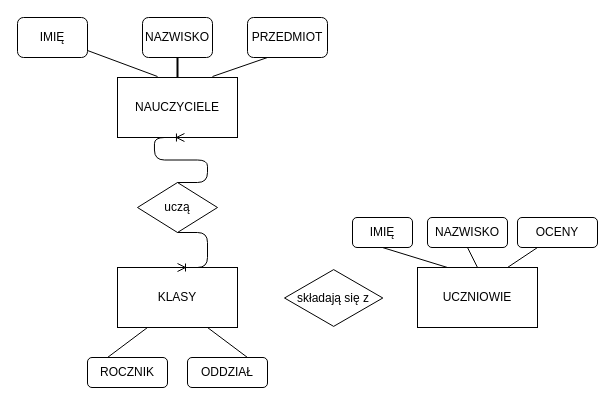
This is Untitled Diagram.drawio from jonkussponkt/Bazy-danych, a draw.io file, before an edit. Source tidied: cells renumbered, new cells numbered last; positions are measured from the earlier drawing's top-left corner, leaving out a move shared by most shapes. Both pictures are drawn from the tidied source at 100%, with x=0, y=0 at pixel (17, 17).
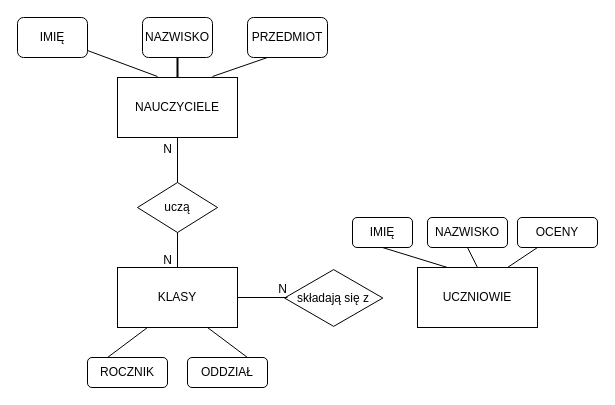
The same page after the edit.

The change refers to these unchanged cells:
```xml
<mxCell id="3" value="KLASY" style="rounded=0;whiteSpace=wrap;html=1;" parent="1" vertex="1">
  <mxGeometry x="100" y="250" width="120" height="60" as="geometry" />
</mxCell>
<mxCell id="5" value="NAUCZYCIELE" style="rounded=0;whiteSpace=wrap;html=1;" parent="1" vertex="1">
  <mxGeometry x="100" y="60" width="120" height="60" as="geometry" />
</mxCell>
<mxCell id="12" value="uczą" style="rhombus;whiteSpace=wrap;html=1;" parent="1" vertex="1">
  <mxGeometry x="120" y="165" width="80" height="50" as="geometry" />
</mxCell>
```

Change to the diagram source:
```diff
@@
-    <mxCell id="20" style="edgeStyle=entityRelationEdgeStyle;fontSize=12;html=1;endArrow=ERoneToMany;entryX=0.558;entryY=1;entryDx=0;entryDy=0;entryPerimeter=0;exitX=0.5;exitY=0;exitDx=0;exitDy=0;" parent="1" edge="1" source="12" target="5">
-      <mxGeometry relative="1" as="geometry" />
-    </mxCell>
-    <mxCell id="21" style="edgeStyle=entityRelationEdgeStyle;fontSize=12;html=1;endArrow=ERoneToMany;entryX=0.5;entryY=0;entryDx=0;entryDy=0;exitX=0.5;exitY=1;exitDx=0;exitDy=0;" parent="1" edge="1" source="12" target="3">
-      <mxGeometry relative="1" as="geometry" />
-    </mxCell>
@@
+    <mxCell id="25" style="endArrow=none;html=1;rounded=0;" parent="1" edge="1" target="5">
+      <mxGeometry relative="1" as="geometry">
+        <mxPoint x="160" y="165" as="sourcePoint" />
+      </mxGeometry>
+    </mxCell>
+    <mxCell id="26" value="N" style="html=1;align=right;verticalAlign=bottom;" parent="25" vertex="1">
+      <mxGeometry x="1" relative="1" as="geometry">
+        <mxPoint x="-5" y="20" as="offset" />
+      </mxGeometry>
+    </mxCell>
+    <mxCell id="27" style="endArrow=none;html=1;rounded=0;entryX=0.5;entryY=0;entryDx=0;entryDy=0;" parent="1" edge="1" target="3">
+      <mxGeometry relative="1" as="geometry">
+        <mxPoint x="160" y="215" as="sourcePoint" />
+      </mxGeometry>
+    </mxCell>
+    <mxCell id="28" value="N" style="html=1;align=right;verticalAlign=bottom;" parent="27" vertex="1">
+      <mxGeometry x="1" relative="1" as="geometry">
+        <mxPoint x="-5" y="1" as="offset" />
+      </mxGeometry>
+    </mxCell>
+    <mxCell id="29" style="endArrow=none;html=1;rounded=0;" parent="1" edge="1">
+      <mxGeometry relative="1" as="geometry">
+        <mxPoint x="220" y="280" as="sourcePoint" />
+        <mxPoint x="270" y="280" as="targetPoint" />
+      </mxGeometry>
+    </mxCell>
+    <mxCell id="30" value="N" style="html=1;align=right;verticalAlign=bottom;" parent="29" vertex="1">
+      <mxGeometry x="1" relative="1" as="geometry" />
+    </mxCell>
```
